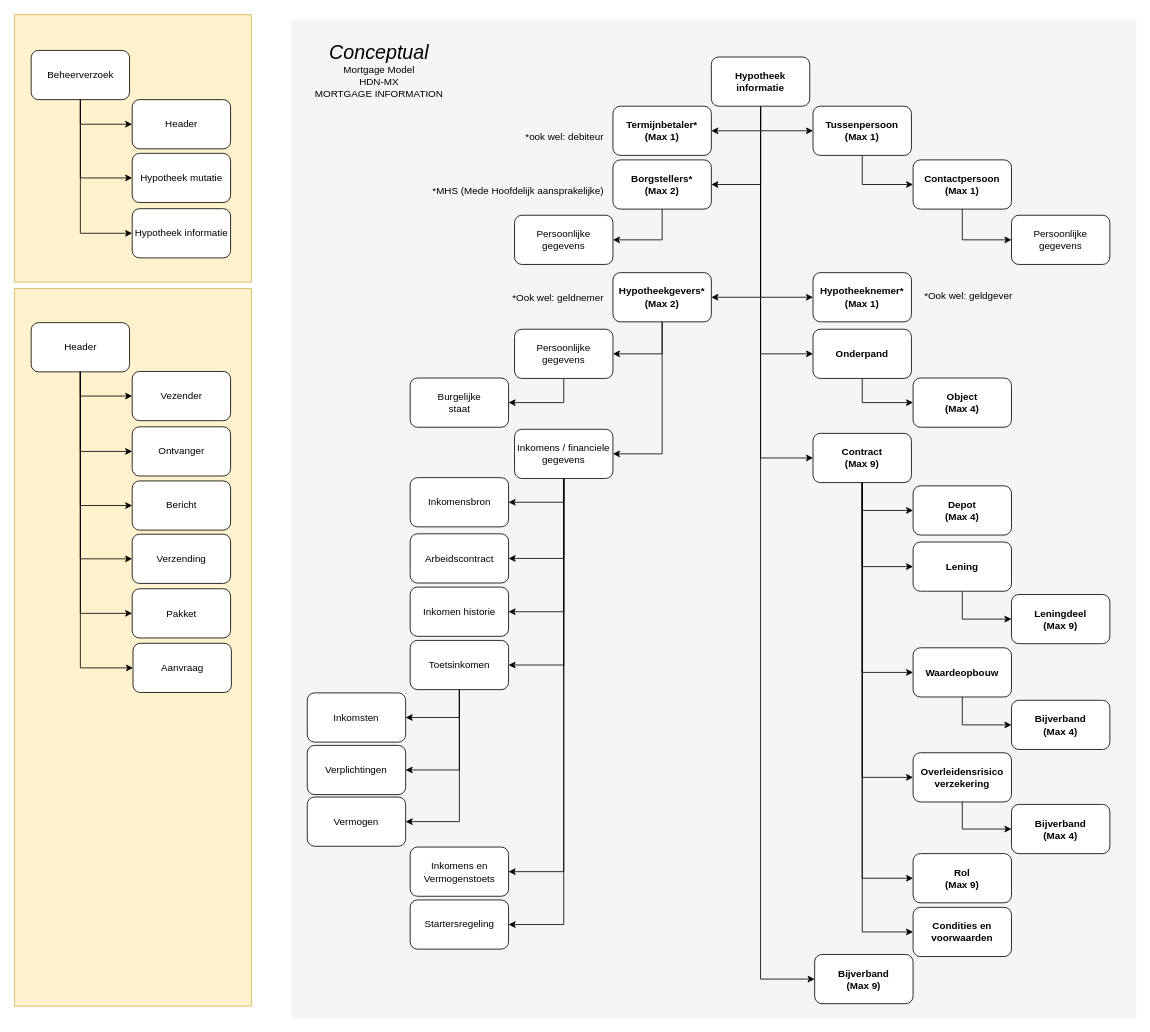
Earlier version of the draw.io diagram page "beheer-informatie" (2 of 15) of 3rdPartyDatasharing-HDN-MX-SX.drawio (luchthandel/diagrams). Source tidied: cells renumbered, new cells numbered last; positions are measured from the earlier drawing's top-left corner, leaving out a move shared by most shapes. Both pictures are drawn from the tidied source at 82%, with x=0, y=0 at pixel (14, 14).
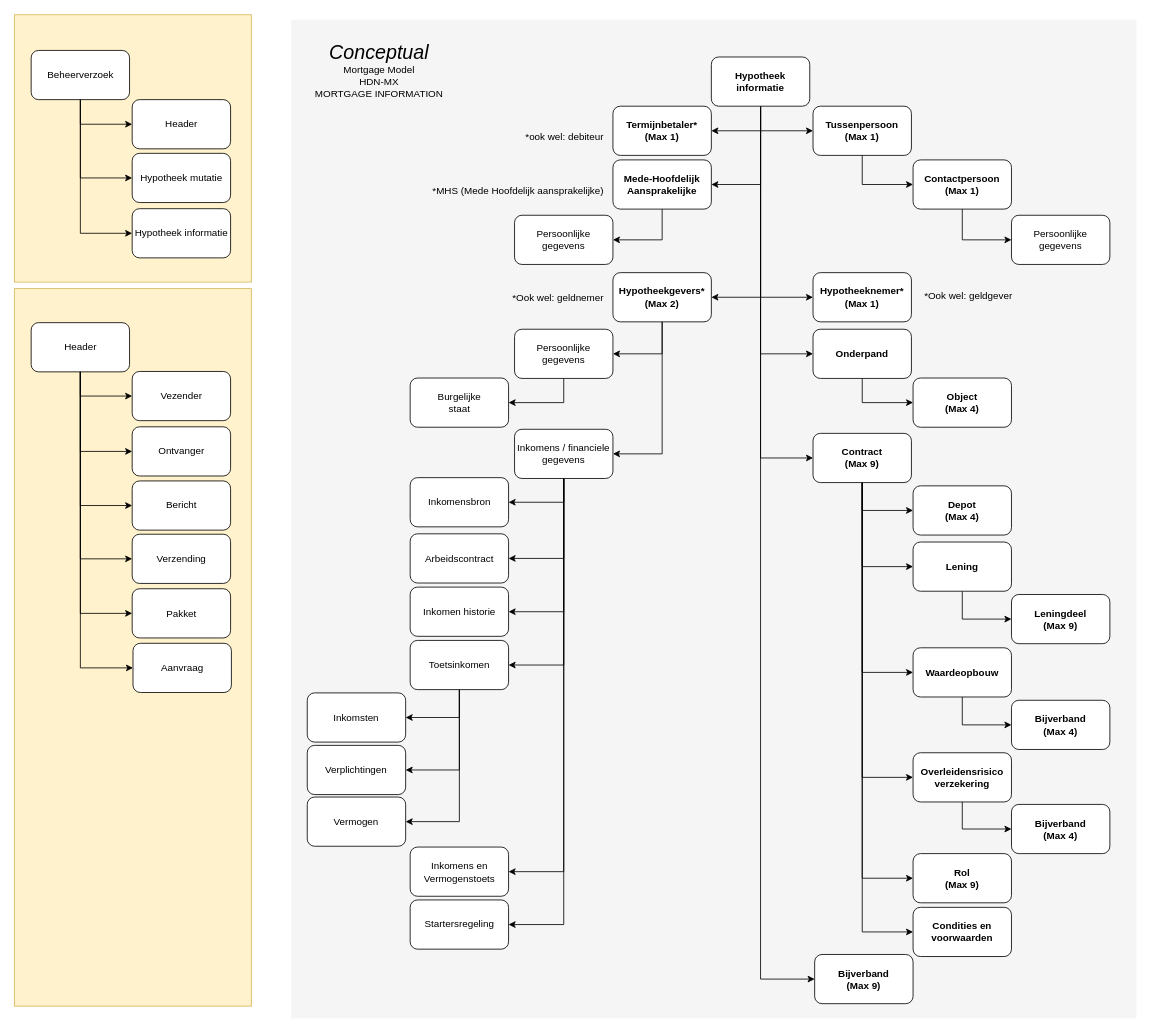
After the change.

Change to the diagram source:
```diff
@@
-    <mxCell id="37" value="&lt;b&gt;Borgstellers*&lt;br&gt;(Max 2)&lt;br&gt;&lt;/b&gt;" style="rounded=1;whiteSpace=wrap;html=1;" parent="1" vertex="1">
+    <mxCell id="37" value="&lt;b&gt;Mede-Hoofdelijk Aansprakelijke&lt;br&gt;&lt;/b&gt;" style="rounded=1;whiteSpace=wrap;html=1;" parent="1" vertex="1">
       <mxGeometry x="730" y="177.5" width="120" height="60" as="geometry" />
     </mxCell>
```
